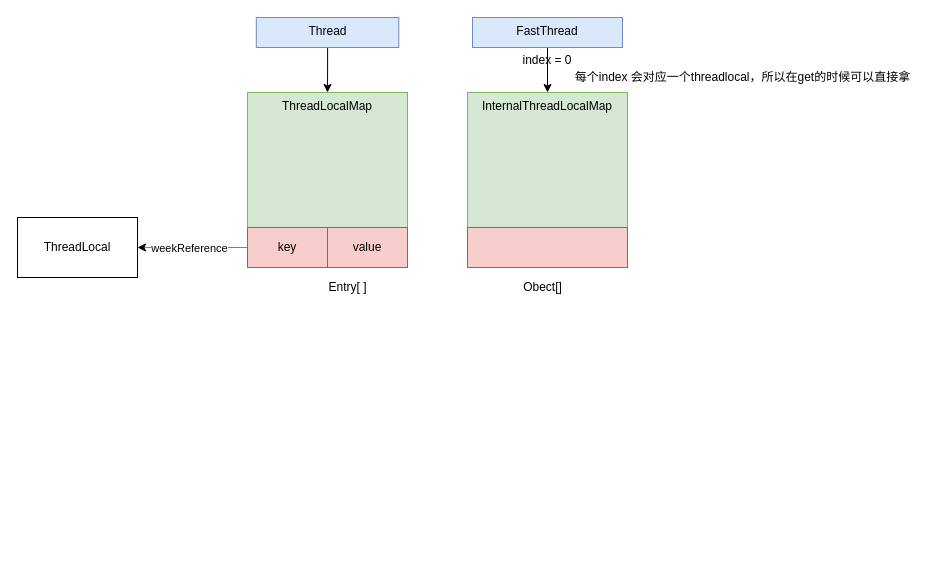
Above: page "FastThreadLocal" (3 of 3) of Untitled Diagram.drawio in LinDanDana/LearnALittle (draw.io), before the change. Source tidied: cells renumbered, new cells numbered last; positions are measured from the earlier drawing's top-left corner, leaving out a move shared by most shapes. Both pictures are drawn from the tidied source at 100%, with x=0, y=0 at pixel (17, 17).
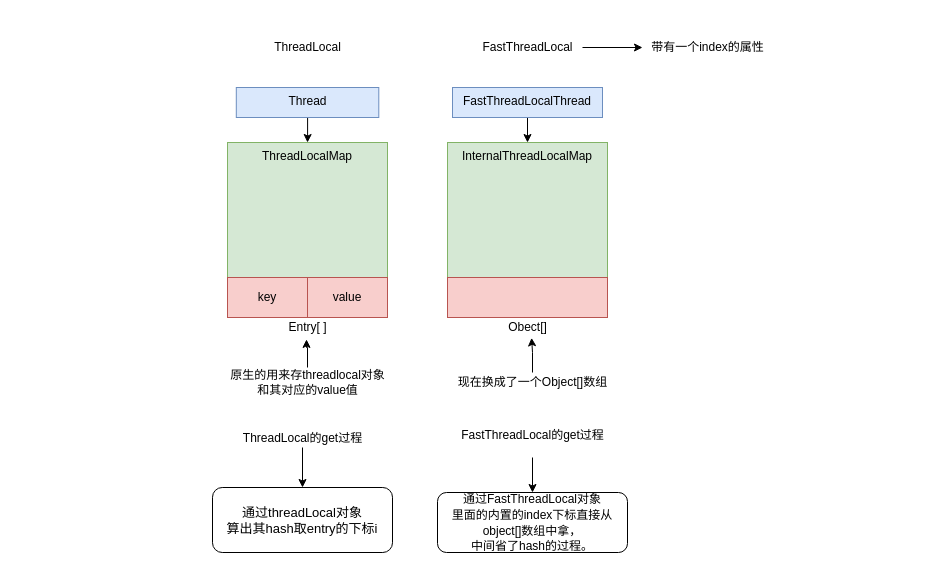
The same page after the edit.

The edit, as a diff of the source:
```diff
@@
     <mxCell id="3" value="Thread" style="rounded=0;whiteSpace=wrap;html=1;fillColor=#dae8fc;strokeColor=#6c8ebf;verticalAlign=top;" parent="1" vertex="1">
-      <mxGeometry x="238.8" width="142.5" height="30" as="geometry" />
+      <mxGeometry x="218.8" y="70" width="142.5" height="30" as="geometry" />
     </mxCell>
     <mxCell id="4" value="&lt;span style=&quot;font-family: &amp;#34;helvetica&amp;#34;&quot;&gt;ThreadLocalMap&lt;/span&gt;" style="rounded=0;whiteSpace=wrap;html=1;fillColor=#d5e8d4;strokeColor=#82b366;verticalAlign=top;" parent="1" vertex="1">
-      <mxGeometry x="230" y="75" width="160" height="175" as="geometry" />
+      <mxGeometry x="210" y="125" width="160" height="175" as="geometry" />
     </mxCell>
-    <mxCell id="5" style="edgeStyle=orthogonalEdgeStyle;rounded=0;jettySize=auto;html=1;dashed=1;dashPattern=1 1;" parent="1" edge="1" source="8" target="7">
-      <mxGeometry relative="1" as="geometry" />
-    </mxCell>
-    <mxCell id="6" value="weekReference" style="edgeLabel;html=1;align=center;verticalAlign=middle;" parent="5" vertex="1">
-      <mxGeometry x="0.08" relative="1" as="geometry" />
-    </mxCell>
-    <mxCell id="7" value="ThreadLocal" style="rounded=0;whiteSpace=wrap;html=1;" parent="1" vertex="1">
-      <mxGeometry y="200" width="120" height="60" as="geometry" />
-    </mxCell>
     <mxCell id="8" value="key" style="rounded=0;whiteSpace=wrap;html=1;fillColor=#f8cecc;strokeColor=#b85450;" parent="1" vertex="1">
-      <mxGeometry x="230" y="210" width="80" height="40" as="geometry" />
+      <mxGeometry x="210" y="260" width="80" height="40" as="geometry" />
     </mxCell>
-    <mxCell id="9" value="Entry[ ]" style="text;html=1;align=center;verticalAlign=middle;points=[];strokeColor=none;fillColor=none;" parent="1" vertex="1">
-      <mxGeometry x="305" y="260" width="50" height="20" as="geometry" />
-    </mxCell>
     <mxCell id="10" value="value" style="rounded=0;whiteSpace=wrap;html=1;fillColor=#f8cecc;strokeColor=#b85450;" parent="1" vertex="1">
-      <mxGeometry x="310" y="210" width="80" height="40" as="geometry" />
+      <mxGeometry x="290" y="260" width="80" height="40" as="geometry" />
     </mxCell>
@@
-    <mxCell id="12" value="FastThread&lt;br&gt;&lt;br&gt;index = 0" style="rounded=0;whiteSpace=wrap;html=1;fillColor=#dae8fc;strokeColor=#6c8ebf;verticalAlign=top;" parent="1" vertex="1">
-      <mxGeometry x="455" width="150" height="30" as="geometry" />
+    <mxCell id="12" value="FastThreadLocalThread" style="rounded=0;whiteSpace=wrap;html=1;fillColor=#dae8fc;strokeColor=#6c8ebf;verticalAlign=top;" parent="1" vertex="1">
+      <mxGeometry x="435" y="70" width="150" height="30" as="geometry" />
     </mxCell>
     <mxCell id="13" value="&lt;span style=&quot;font-family: &amp;#34;helvetica&amp;#34;&quot;&gt;InternalThreadLocalMap&lt;/span&gt;" style="rounded=0;whiteSpace=wrap;html=1;fillColor=#d5e8d4;strokeColor=#82b366;verticalAlign=top;" parent="1" vertex="1">
-      <mxGeometry x="450" y="75" width="160" height="175" as="geometry" />
+      <mxGeometry x="430" y="125" width="160" height="175" as="geometry" />
     </mxCell>
+    <mxCell id="15" style="rounded=0;whiteSpace=wrap;html=1;fillColor=#f8cecc;strokeColor=#b85450;" parent="1" vertex="1">
+      <mxGeometry x="430" y="260" width="160" height="40" as="geometry" />
+    </mxCell>
+    <mxCell id="7" value="ThreadLocal" style="text;html=1;align=center;verticalAlign=middle;points=[];strokeColor=none;fillColor=none;" parent="1" vertex="1">
+      <mxGeometry x="250" y="20" width="80" height="20" as="geometry" />
+    </mxCell>
+    <mxCell id="17" style="edgeStyle=orthogonalEdgeStyle;rounded=0;jettySize=auto;html=1;strokeWidth=1;" parent="1" edge="1" source="18" target="19">
+      <mxGeometry relative="1" as="geometry" />
+    </mxCell>
+    <mxCell id="18" value="FastThreadLocal" style="text;html=1;align=center;verticalAlign=middle;points=[];strokeColor=none;fillColor=none;" parent="1" vertex="1">
+      <mxGeometry x="455" y="20" width="110" height="20" as="geometry" />
+    </mxCell>
     <mxCell id="14" value="Obect[]" style="text;html=1;align=center;verticalAlign=middle;points=[];strokeColor=none;fillColor=none;" parent="1" vertex="1">
-      <mxGeometry x="500" y="260" width="50" height="20" as="geometry" />
+      <mxGeometry x="485" y="300" width="50" height="20" as="geometry" />
     </mxCell>
-    <mxCell id="15" style="rounded=0;whiteSpace=wrap;html=1;fillColor=#f8cecc;strokeColor=#b85450;" parent="1" vertex="1">
-      <mxGeometry x="450" y="210" width="160" height="40" as="geometry" />
-    </mxCell>
-    <mxCell id="16" value="每个index 会对应一个threadlocal，所以在get的时候可以直接拿" style="text;html=1;align=center;verticalAlign=middle;strokeColor=none;fillColor=none;" parent="1" vertex="1">
-      <mxGeometry x="550" y="50" width="350" height="20" as="geometry" />
-    </mxCell>
+    <mxCell id="9" value="Entry[ ]" style="text;html=1;align=center;verticalAlign=middle;points=[];strokeColor=none;fillColor=none;" parent="1" vertex="1">
+      <mxGeometry x="265" y="300" width="50" height="20" as="geometry" />
+    </mxCell>
+    <mxCell id="19" value="带有一个index的属性" style="text;html=1;align=center;verticalAlign=middle;points=[];strokeColor=none;fillColor=none;" parent="1" vertex="1">
+      <mxGeometry x="625" y="20" width="130" height="20" as="geometry" />
+    </mxCell>
+    <mxCell id="20" style="edgeStyle=orthogonalEdgeStyle;rounded=0;jettySize=auto;html=1;fontSize=13;strokeWidth=1;" parent="1" edge="1" source="21" target="28">
+      <mxGeometry relative="1" as="geometry" />
+    </mxCell>
+    <mxCell id="21" value="ThreadLocal的get过程&lt;span lang=&quot;en-US&quot; style=&quot;font-family: &amp;#34;microsoft yahei&amp;#34; ; font-size: 13px&quot;&gt;&lt;br&gt;&lt;/span&gt;" style="text;html=1;align=center;verticalAlign=middle;points=[];strokeColor=none;fillColor=none;" parent="1" vertex="1">
+      <mxGeometry x="220" y="410" width="130" height="20" as="geometry" />
+    </mxCell>
+    <mxCell id="22" style="edgeStyle=orthogonalEdgeStyle;rounded=0;jettySize=auto;html=1;fontSize=13;strokeWidth=1;" parent="1" edge="1" source="23" target="29">
+      <mxGeometry relative="1" as="geometry" />
+    </mxCell>
+    <mxCell id="23" value="FastThreadLocal的get过程&lt;br&gt;&lt;br&gt;" style="text;html=1;align=center;verticalAlign=middle;points=[];strokeColor=none;fillColor=none;" parent="1" vertex="1">
+      <mxGeometry x="435" y="410" width="160" height="30" as="geometry" />
+    </mxCell>
+    <mxCell id="24" style="edgeStyle=orthogonalEdgeStyle;rounded=0;jettySize=auto;html=1;entryX=0.48;entryY=1.095;entryDx=0;entryDy=0;entryPerimeter=0;strokeWidth=1;" parent="1" edge="1" source="25" target="9">
+      <mxGeometry relative="1" as="geometry" />
+    </mxCell>
+    <mxCell id="25" value="原生的用来存threadlocal对象&lt;br&gt;和其对应的value值" style="text;html=1;align=center;verticalAlign=middle;points=[];strokeColor=none;fillColor=none;" parent="1" vertex="1">
+      <mxGeometry x="205" y="350" width="170" height="30" as="geometry" />
+    </mxCell>
+    <mxCell id="26" style="edgeStyle=orthogonalEdgeStyle;rounded=0;jettySize=auto;html=1;entryX=0.582;entryY=1.017;entryDx=0;entryDy=0;entryPerimeter=0;strokeWidth=1;" parent="1" edge="1" source="27" target="14">
+      <mxGeometry relative="1" as="geometry" />
+    </mxCell>
+    <mxCell id="27" value="现在换成了一个Object[]数组" style="text;html=1;align=center;verticalAlign=middle;points=[];strokeColor=none;fillColor=none;" parent="1" vertex="1">
+      <mxGeometry x="435" y="355" width="160" height="20" as="geometry" />
+    </mxCell>
+    <mxCell id="28" value="&lt;span lang=&quot;zh-CN&quot; style=&quot;font-family: &amp;#34;microsoft yahei&amp;#34;&quot;&gt;通过threadLocal对象&lt;br&gt;算出其hash&lt;/span&gt;&lt;span lang=&quot;en-US&quot; style=&quot;font-family: &amp;#34;microsoft yahei&amp;#34;&quot;&gt;取entry的下标i&lt;/span&gt;" style="rounded=1;whiteSpace=wrap;html=1;fontSize=13;" parent="1" vertex="1">
+      <mxGeometry x="195" y="470" width="180" height="65" as="geometry" />
+    </mxCell>
+    <mxCell id="29" value="&lt;span lang=&quot;zh-CN&quot; style=&quot;font-size: 12px ; font-family: &amp;#34;microsoft yahei&amp;#34;&quot;&gt;通过&lt;/span&gt;&lt;span lang=&quot;en-US&quot; style=&quot;font-size: 12px ; font-family: &amp;#34;calibri&amp;#34;&quot;&gt;FastThreadLocal&lt;/span&gt;&lt;span lang=&quot;en-US&quot; style=&quot;font-size: 12px ; font-family: &amp;#34;microsoft yahei&amp;#34;&quot;&gt;对象&lt;br&gt;里面的&lt;/span&gt;&lt;span lang=&quot;zh-CN&quot; style=&quot;font-size: 12px ; font-family: &amp;#34;microsoft yahei&amp;#34;&quot;&gt;内置的index下标直接从object[]数组中拿，&lt;br&gt;中间省了hash的过程。&lt;/span&gt;" style="rounded=1;whiteSpace=wrap;html=1;fontSize=13;" parent="1" vertex="1">
+      <mxGeometry x="420" y="475" width="190" height="60" as="geometry" />
+    </mxCell>
```
